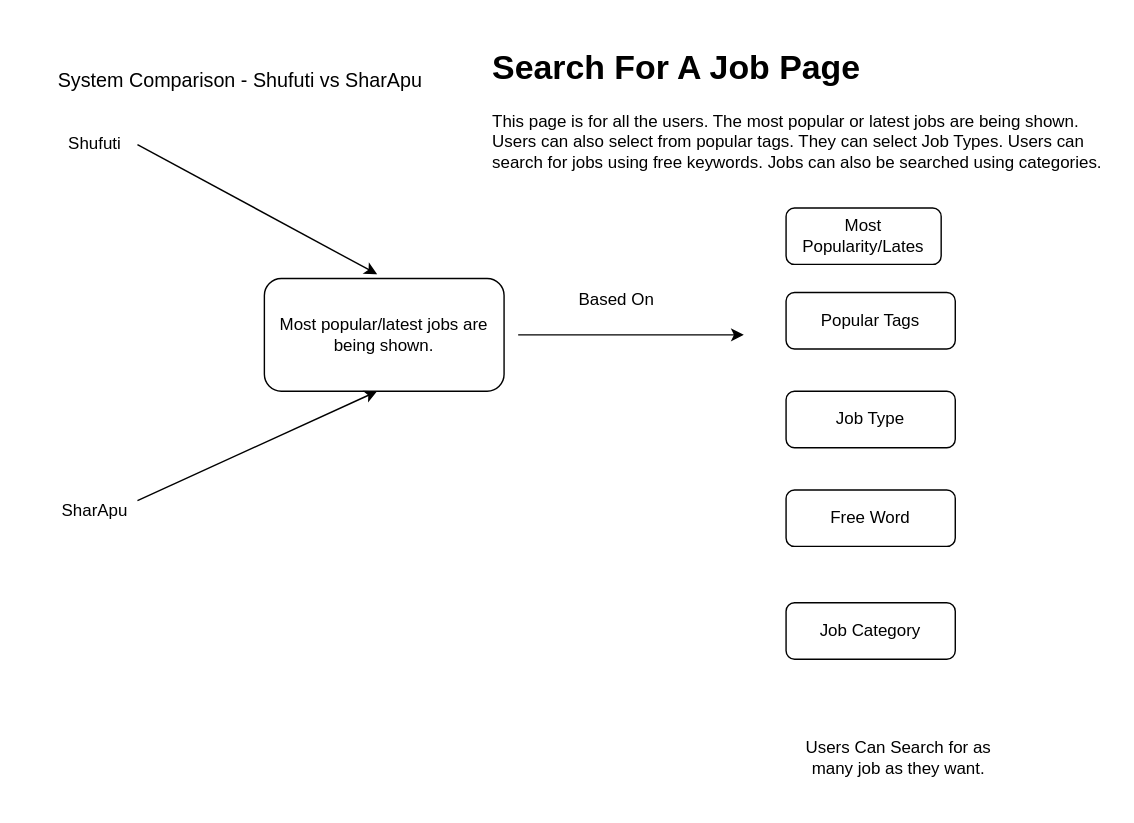
Above: System Comparison - Shufuti vs SharApu/SearchForAJobPage.drawio in SumaiyaTarannumNoor/SharApu-Job-Portal (draw.io), before the change. Source tidied: cells renumbered, new cells numbered last; positions are measured from the earlier drawing's top-left corner, leaving out a move shared by most shapes. Both pictures are drawn from the tidied source at 141%, with x=0, y=0 at pixel (24, 24).
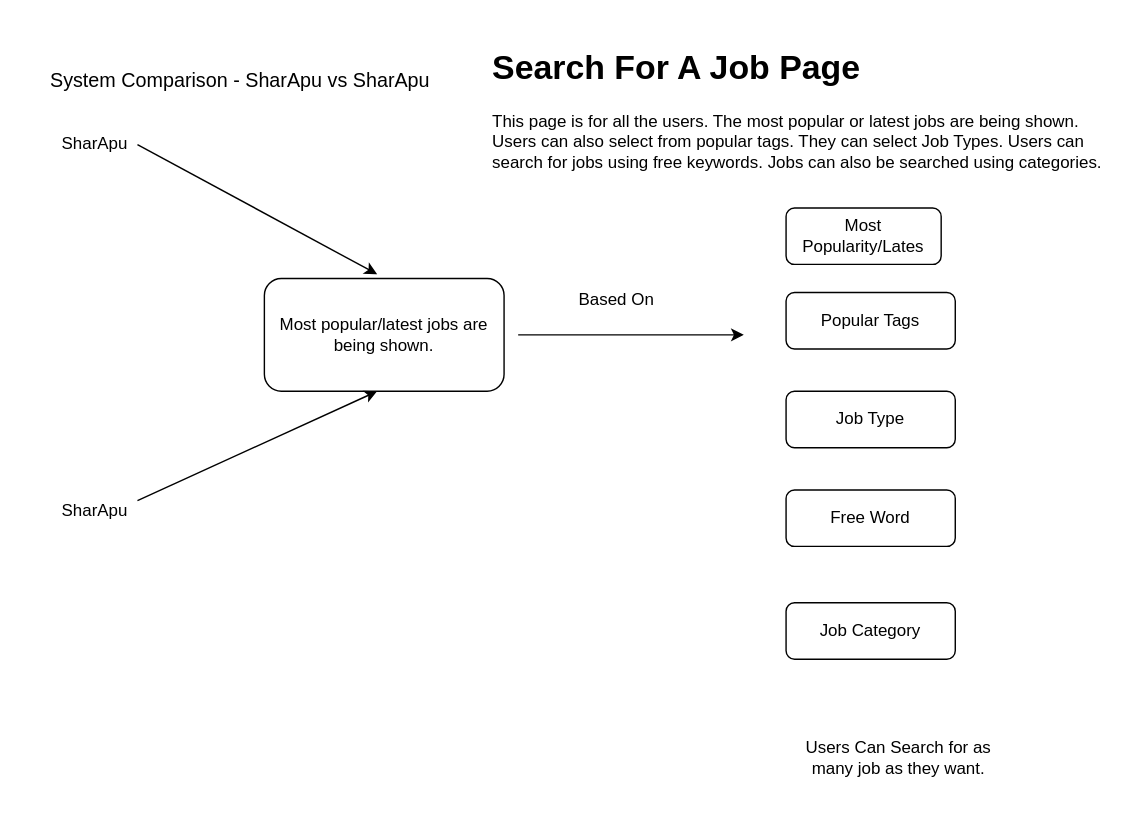
The same diagram, later.

Commit message:
Shufuti to SharApu

Diff of the diagram source:
```diff
@@
 <mxGraphModel>
   <root>
     <mxCell id="0" />
     <mxCell id="1" parent="0" />
-    <mxCell id="2" value="&lt;font style=&quot;font-size: 14px;&quot;&gt;System Comparison - Shufuti vs SharApu&amp;nbsp;&lt;/font&gt;" style="text;html=1;align=center;verticalAlign=middle;whiteSpace=wrap;rounded=0;" parent="1" vertex="1">
+    <mxCell id="2" value="&lt;font style=&quot;font-size: 14px;&quot;&gt;System Comparison - SharApu vs SharApu&amp;nbsp;&lt;/font&gt;" style="text;html=1;align=center;verticalAlign=middle;whiteSpace=wrap;rounded=0;" parent="1" vertex="1">
       <mxGeometry width="310" height="80" as="geometry" />
     </mxCell>
-    <mxCell id="3" value="Shufuti" style="text;html=1;align=center;verticalAlign=middle;whiteSpace=wrap;rounded=0;" parent="1" vertex="1">
+    <mxCell id="3" value="SharApu" style="text;html=1;align=center;verticalAlign=middle;whiteSpace=wrap;rounded=0;" parent="1" vertex="1">
       <mxGeometry x="20" y="70" width="60" height="30" as="geometry" />
     </mxCell>
     <mxCell id="4" value="SharApu" style="text;html=1;align=center;verticalAlign=middle;whiteSpace=wrap;rounded=0;" parent="1" vertex="1">
       <mxGeometry x="20" y="330" width="60" height="30" as="geometry" />
     </mxCell>
     <mxCell id="5" value="Most popular/latest jobs are being shown." style="rounded=1;whiteSpace=wrap;html=1;" parent="1" vertex="1">
       <mxGeometry x="170" y="180" width="170" height="80" as="geometry" />
     </mxCell>
     <mxCell id="6" style="endArrow=classic;html=1;rounded=0;exitX=1;exitY=0.5;exitDx=0;exitDy=0;" parent="1" edge="1" source="3">
       <mxGeometry relative="1" as="geometry">
         <mxPoint x="250" y="177" as="targetPoint" />
       </mxGeometry>
     </mxCell>
     <mxCell id="7" style="endArrow=classic;html=1;rounded=0;exitX=1;exitY=0.25;exitDx=0;exitDy=0;" parent="1" edge="1" source="4">
       <mxGeometry relative="1" as="geometry">
         <mxPoint x="250" y="260" as="targetPoint" />
       </mxGeometry>
     </mxCell>
     <mxCell id="8" value="&lt;h1 style=&quot;margin-top: 0px;&quot;&gt;Search For A Job Page&lt;/h1&gt;&lt;p&gt;This page is for all the users. The most popular or latest jobs are being shown. Users can also select from popular tags. They can select Job Types. Users can search for jobs using free keywords. Jobs can also be searched using categories.&lt;/p&gt;" style="text;html=1;whiteSpace=wrap;overflow=hidden;rounded=0;" parent="1" vertex="1">
       <mxGeometry x="330" y="10" width="440" height="120" as="geometry" />
     </mxCell>
     <mxCell id="9" style="endArrow=classic;html=1;rounded=0;" parent="1" edge="1">
       <mxGeometry relative="1" as="geometry">
         <mxPoint x="350" y="220" as="sourcePoint" />
         <mxPoint x="510" y="220" as="targetPoint" />
       </mxGeometry>
     </mxCell>
     <mxCell id="10" value="Based On" style="text;html=1;align=center;verticalAlign=middle;whiteSpace=wrap;rounded=0;" parent="1" vertex="1">
       <mxGeometry x="390" y="180" width="60" height="30" as="geometry" />
     </mxCell>
     <mxCell id="11" value="Most Popularity/Lates" style="rounded=1;whiteSpace=wrap;html=1;" parent="1" vertex="1">
       <mxGeometry x="540" y="130" width="110" height="40" as="geometry" />
     </mxCell>
     <mxCell id="12" value="Popular Tags" style="rounded=1;whiteSpace=wrap;html=1;" parent="1" vertex="1">
       <mxGeometry x="540" y="190" width="120" height="40" as="geometry" />
     </mxCell>
     <mxCell id="13" value="Job Type" style="rounded=1;whiteSpace=wrap;html=1;" parent="1" vertex="1">
       <mxGeometry x="540" y="260" width="120" height="40" as="geometry" />
     </mxCell>
     <mxCell id="14" value="Free Word" style="rounded=1;whiteSpace=wrap;html=1;" parent="1" vertex="1">
       <mxGeometry x="540" y="330" width="120" height="40" as="geometry" />
     </mxCell>
     <mxCell id="15" value="Job Category" style="rounded=1;whiteSpace=wrap;html=1;" parent="1" vertex="1">
       <mxGeometry x="540" y="410" width="120" height="40" as="geometry" />
     </mxCell>
     <mxCell id="16" value="Users Can Search for as many job as they want." style="text;html=1;align=center;verticalAlign=middle;whiteSpace=wrap;rounded=0;" parent="1" vertex="1">
       <mxGeometry x="540" y="490" width="160" height="60" as="geometry" />
     </mxCell>
   </root>
 </mxGraphModel>
```
